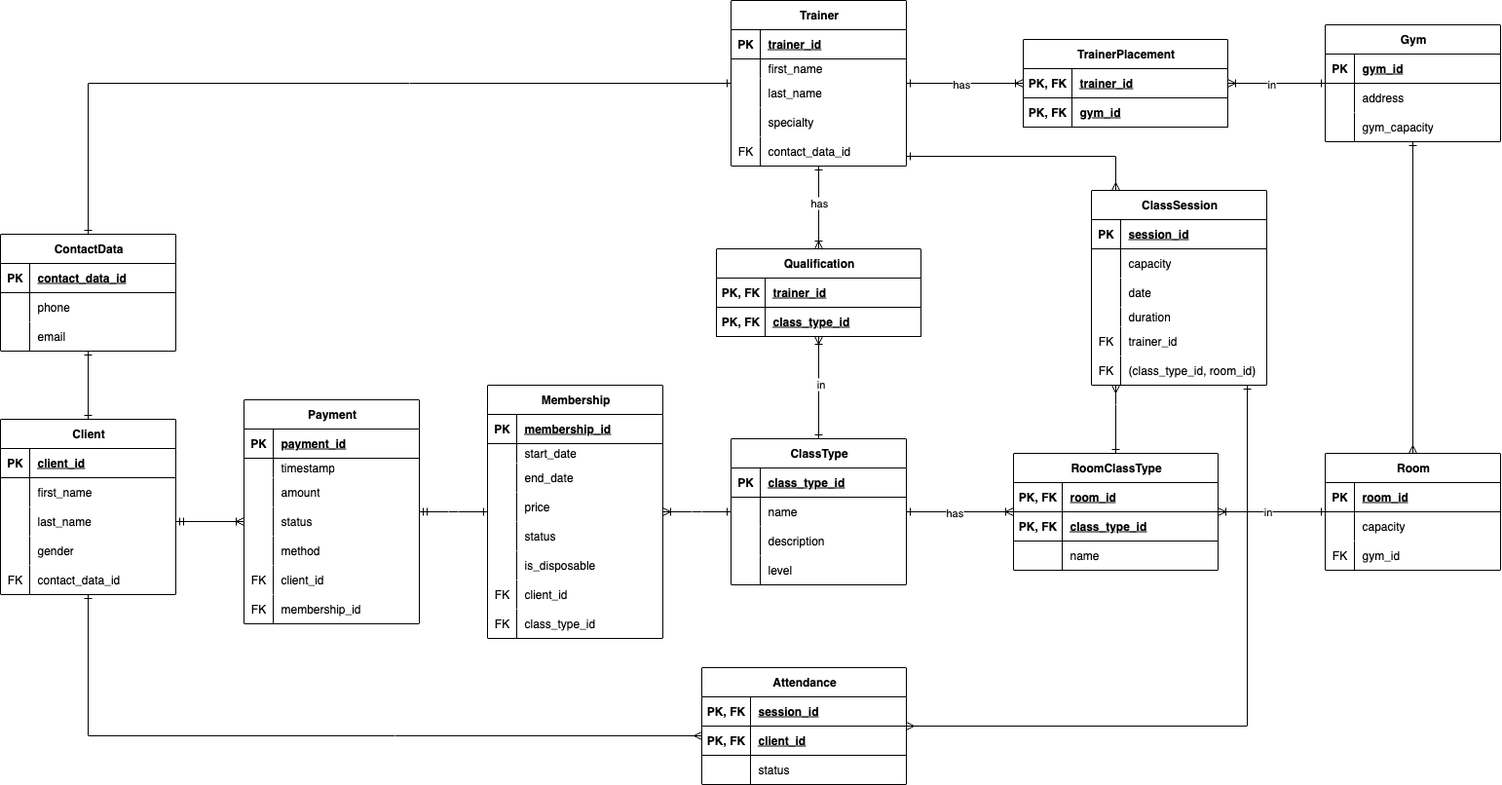
This is diagrams/crows-foot/crowsfoot-diagram.drawio.png from AnnKuts/PeremohaSports, a draw.io export, as it was before one commit. Source tidied: cells renumbered, new cells last; positions are measured from the earlier drawing's top-left corner, leaving out a move shared by most shapes.
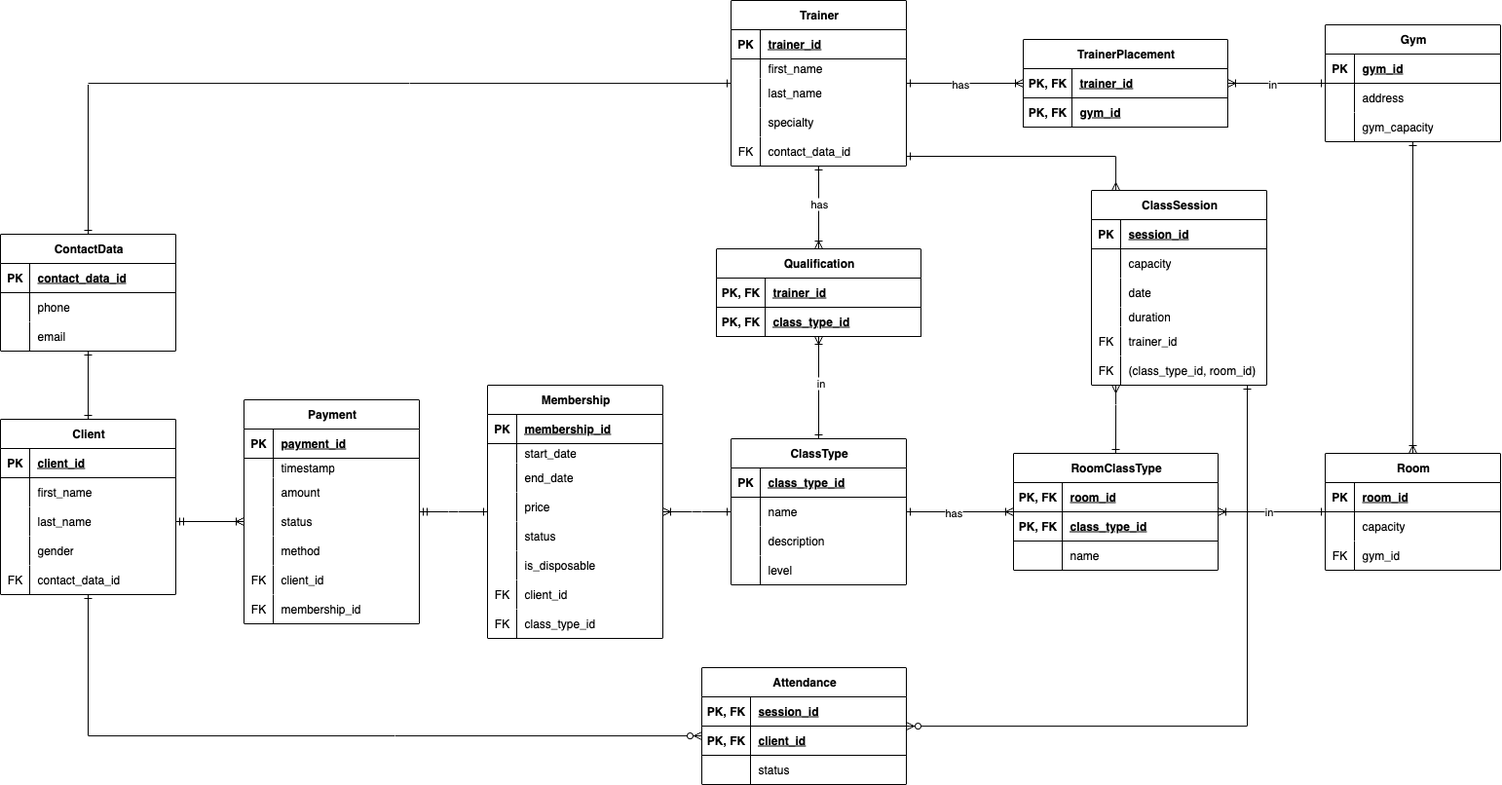
Later version of the same file.

Commit message:
docs: update chen and crow's foot diagrams

Change to the diagram source:
```diff
@@ -459,7 +459,7 @@
     <mxCell id="150" value="gym_id" style="shape=partialRectangle;fillColor=none;top=0;left=0;bottom=0;right=0;align=left;spacingLeft=6;overflow=hidden;whiteSpace=wrap;html=1;" parent="148" vertex="1">
       <mxGeometry x="30" width="150" height="30" as="geometry" />
     </mxCell>
-    <mxCell id="151" style="fontSize=12;html=1;endArrow=ERone;startArrow=ERmany;rounded=0;" parent="1" edge="1" source="141" target="117">
+    <mxCell id="151" style="fontSize=12;html=1;endArrow=ERone;startArrow=ERoneToMany;rounded=0;" parent="1" edge="1" source="141" target="117">
       <mxGeometry relative="1" as="geometry" />
     </mxCell>
     <mxCell id="152" style="fontSize=12;html=1;endArrow=ERone;startArrow=ERoneToMany;rounded=0;" parent="1" edge="1" source="129" target="141">
@@ -570,14 +570,14 @@
     <mxCell id="184" value="status" style="shape=partialRectangle;fillColor=none;top=0;left=0;bottom=0;right=0;align=left;spacingLeft=6;overflow=hidden;whiteSpace=wrap;html=1;" parent="182" vertex="1">
       <mxGeometry x="50" width="160" height="30" as="geometry" />
     </mxCell>
-    <mxCell id="185" style="fontSize=12;html=1;endArrow=ERone;startArrow=ERmany;rounded=0;edgeStyle=orthogonalEdgeStyle;" parent="1" edge="1" source="175" target="2">
+    <mxCell id="185" style="fontSize=12;html=1;endArrow=ERone;startArrow=ERzeroToMany;rounded=0;edgeStyle=orthogonalEdgeStyle;" parent="1" edge="1" source="175" target="2">
       <mxGeometry relative="1" as="geometry">
         <Array as="points">
           <mxPoint x="90" y="755" />
         </Array>
       </mxGeometry>
     </mxCell>
-    <mxCell id="186" style="fontSize=12;html=1;endArrow=ERone;startArrow=ERmany;rounded=0;edgeStyle=orthogonalEdgeStyle;" parent="1" edge="1" source="175" target="154">
+    <mxCell id="186" style="fontSize=12;html=1;endArrow=ERone;startArrow=ERzeroToMany;rounded=0;edgeStyle=orthogonalEdgeStyle;" parent="1" edge="1" source="175" target="154">
       <mxGeometry relative="1" as="geometry">
         <Array as="points">
           <mxPoint x="1280" y="745" />
```
